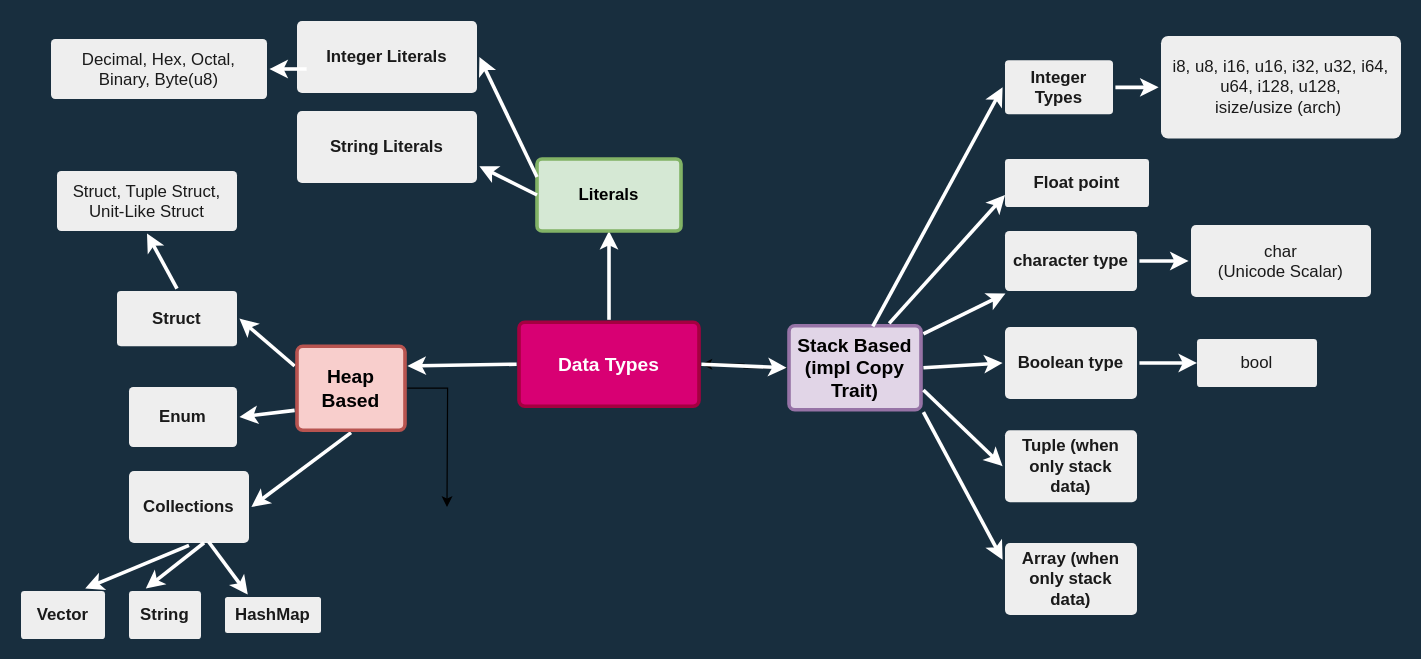
This is page "Data Types" (1 of 7) of datatypes.drawio from gftea/rust_lang_notes, a draw.io file, before an edit. Source tidied: cells renumbered, new cells numbered last; positions are measured from the earlier drawing's top-left corner, leaving out a move shared by most shapes. Both pictures are drawn from the tidied source at 120%, with x=0, y=0 at pixel (20, 20).
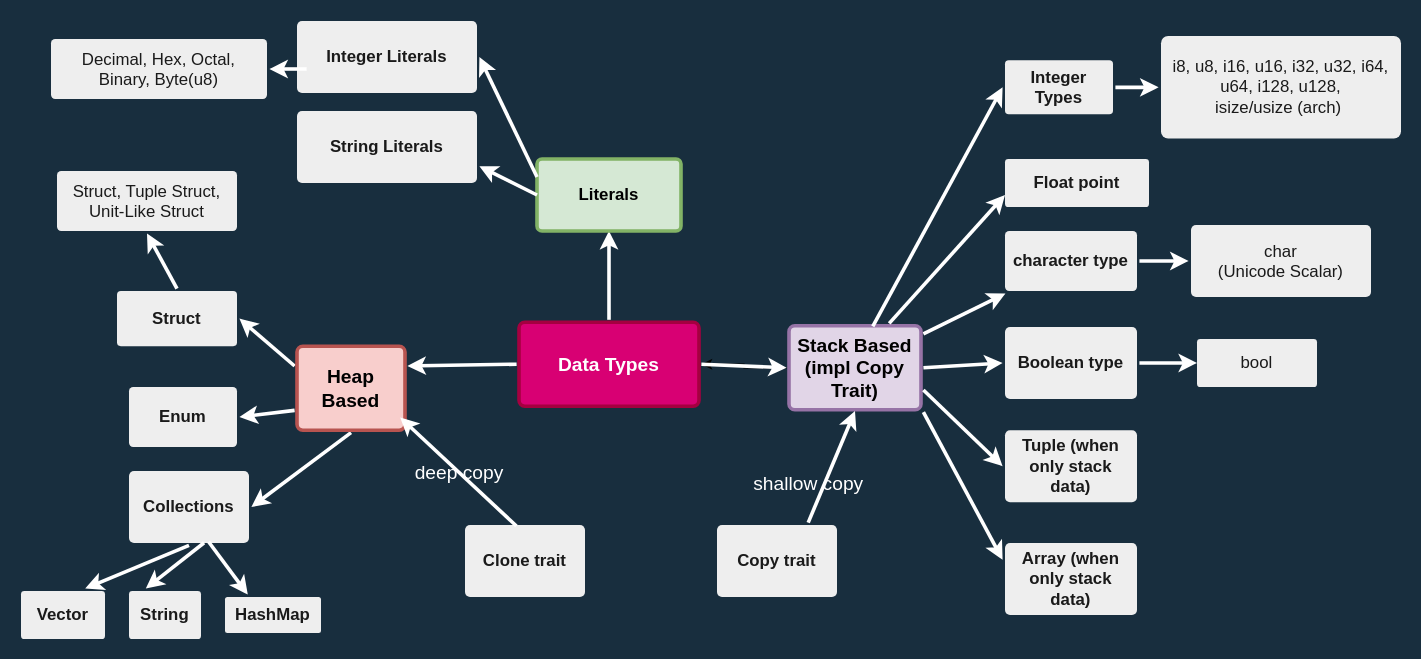
The same page after the edit.

The change refers to these unchanged cells:
```xml
<mxCell id="31" value="Heap Based" style="rounded=1;whiteSpace=wrap;html=1;shadow=0;labelBackgroundColor=none;strokeColor=#b85450;strokeWidth=3;fillColor=#f8cecc;fontFamily=Helvetica;fontSize=16;align=center;fontStyle=1;spacing=5;arcSize=7;perimeterSpacing=2;" parent="1" vertex="1">
  <mxGeometry x="230" y="271" width="90" height="70" as="geometry" />
</mxCell>
```

The edit, as a diff of the source:
```diff
@@
-    <mxCell id="30" style="edgeStyle=orthogonalEdgeStyle;rounded=0;jettySize=auto;html=1;" parent="1" edge="1" source="31">
-      <mxGeometry relative="1" as="geometry">
-        <mxPoint x="355" y="405" as="targetPoint" />
-      </mxGeometry>
-    </mxCell>
@@
+    <mxCell id="49" value="Clone trait" style="rounded=1;whiteSpace=wrap;html=1;shadow=0;labelBackgroundColor=none;strokeColor=none;strokeWidth=3;fillColor=#EEEEEE;fontFamily=Helvetica;fontSize=14;fontColor=#1A1A1A;align=center;spacing=5;fontStyle=1;arcSize=7;perimeterSpacing=2;" parent="1" vertex="1">
+      <mxGeometry x="370" y="420" width="100" height="60" as="geometry" />
+    </mxCell>
+    <mxCell id="50" value="Copy trait" style="rounded=1;whiteSpace=wrap;html=1;shadow=0;labelBackgroundColor=none;strokeColor=none;strokeWidth=3;fillColor=#EEEEEE;fontFamily=Helvetica;fontSize=14;fontColor=#1A1A1A;align=center;spacing=5;fontStyle=1;arcSize=7;perimeterSpacing=2;" parent="1" vertex="1">
+      <mxGeometry x="580" y="420" width="100" height="60" as="geometry" />
+    </mxCell>
+    <mxCell id="51" value="deep copy" style="edgeStyle=none;rounded=0;jumpStyle=none;html=1;shadow=0;labelBackgroundColor=none;startArrow=none;startFill=0;endArrow=classic;endFill=1;jettySize=auto;strokeColor=#FFFFFF;strokeWidth=3;fontFamily=Helvetica;fontSize=16;fontColor=#FFFFFF;spacing=5;exitX=0.431;exitY=0.044;exitDx=0;exitDy=0;entryX=0.936;entryY=0.83;entryDx=0;entryDy=0;exitPerimeter=0;entryPerimeter=0;" parent="1" edge="1" source="49" target="31">
+      <mxGeometry relative="1" as="geometry" />
+    </mxCell>
+    <mxCell id="52" value="shallow copy" style="edgeStyle=none;rounded=0;jumpStyle=none;html=1;shadow=0;labelBackgroundColor=none;startArrow=none;startFill=0;endArrow=classic;endFill=1;jettySize=auto;strokeColor=#FFFFFF;strokeWidth=3;fontFamily=Helvetica;fontSize=16;fontColor=#FFFFFF;spacing=5;exitX=0.75;exitY=0;exitDx=0;exitDy=0;" parent="1" edge="1" source="50">
+      <mxGeometry x="-0.4" y="13" relative="1" as="geometry">
+        <mxPoint x="695" y="325" as="targetPoint" />
+      </mxGeometry>
+    </mxCell>
```
